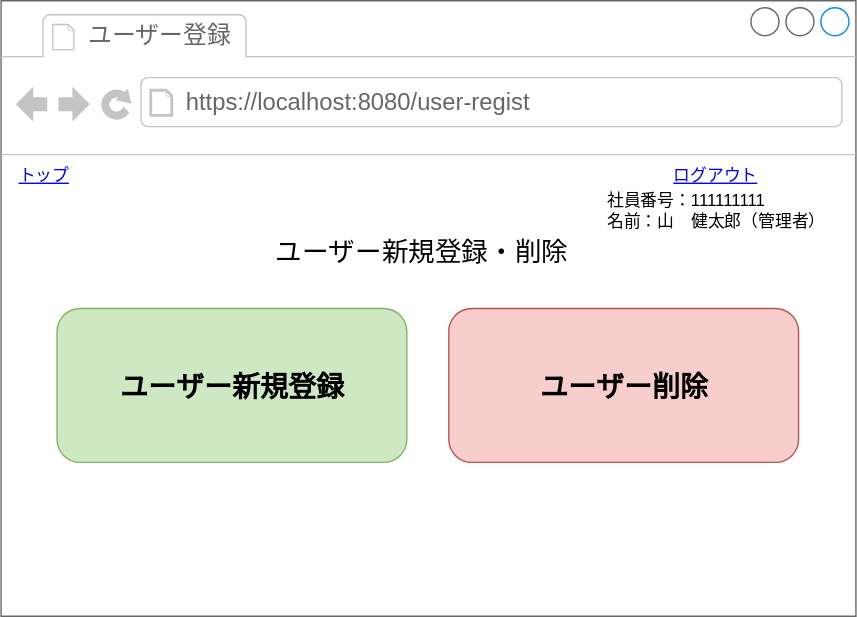
ICT-Training-2026/team-project-15 keeps this draw.io diagram as 基本設計/画面設計図/51_user-regist.drawio.svg. Above is the earlier version. Source tidied: cells renumbered, new cells last; positions are measured from the earlier drawing's top-left corner, leaving out a move shared by most shapes.
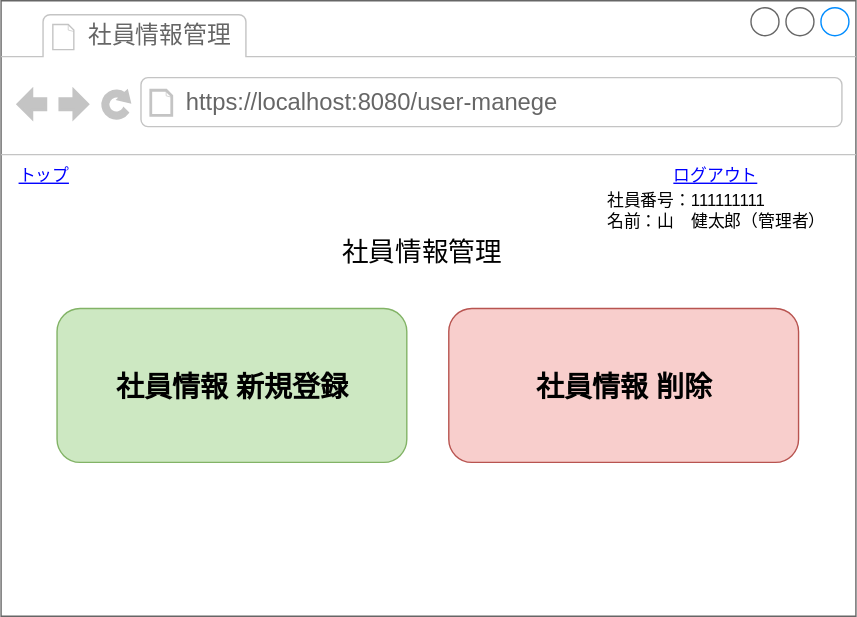
The same diagram one commit later.

What changed in the source:
```diff
@@ -5,10 +5,10 @@
     <mxCell id="2" style="strokeWidth=1;shadow=0;dashed=0;align=center;html=1;shape=mxgraph.mockup.containers.browserWindow;rSize=0;strokeColor=#666666;strokeColor2=#008cff;strokeColor3=#c4c4c4;mainText=,;" parent="1" vertex="1">
       <mxGeometry width="611" height="440" as="geometry" />
     </mxCell>
-    <mxCell id="3" value="ユーザー登録" style="strokeWidth=1;shadow=0;dashed=0;align=center;html=1;shape=mxgraph.mockup.containers.anchor;fontSize=17;fontColor=#666666;align=left;whiteSpace=wrap;" parent="2" vertex="1">
+    <mxCell id="3" value="社員情報管理" style="strokeWidth=1;shadow=0;dashed=0;align=center;html=1;shape=mxgraph.mockup.containers.anchor;fontSize=17;fontColor=#666666;align=left;whiteSpace=wrap;" parent="2" vertex="1">
       <mxGeometry x="60" y="12" width="110" height="26" as="geometry" />
     </mxCell>
-    <mxCell id="4" value="https://localhost:8080/user-regist" style="strokeWidth=1;shadow=0;dashed=0;align=center;html=1;shape=mxgraph.mockup.containers.anchor;rSize=0;fontSize=17;fontColor=#666666;align=left;" parent="2" vertex="1">
+    <mxCell id="4" value="https://localhost:8080/user-manege" style="strokeWidth=1;shadow=0;dashed=0;align=center;html=1;shape=mxgraph.mockup.containers.anchor;rSize=0;fontSize=17;fontColor=#666666;align=left;" parent="2" vertex="1">
       <mxGeometry x="130" y="60" width="250" height="26" as="geometry" />
     </mxCell>
     <mxCell id="5" value="&lt;font style=&quot;color: rgb(0, 0, 255);&quot;&gt;&lt;u&gt;ログアウト&lt;/u&gt;&lt;/font&gt;" style="text;html=1;align=center;verticalAlign=middle;strokeColor=none;fillColor=none;" parent="2" vertex="1">
@@ -20,13 +20,13 @@
     <mxCell id="7" value="社員番号：111111111&lt;div&gt;名前：山　健太郎（管理者）&lt;/div&gt;" style="text;html=1;align=left;verticalAlign=middle;strokeColor=none;fillColor=none;" parent="2" vertex="1">
       <mxGeometry x="431" y="130" width="180" height="40" as="geometry" />
     </mxCell>
-    <mxCell id="8" value="&lt;span&gt;&lt;span&gt;&lt;font style=&quot;font-size: 19px;&quot;&gt;ユーザー新規登録・削除&lt;/font&gt;&lt;/span&gt;&lt;/span&gt;" style="text;html=1;align=center;verticalAlign=middle;strokeColor=none;fillColor=none;fontSize=18;fontStyle=0;" parent="2" vertex="1">
-      <mxGeometry x="185" y="160" width="230" height="40" as="geometry" />
+    <mxCell id="8" value="&lt;span&gt;&lt;span&gt;&lt;font style=&quot;font-size: 19px;&quot;&gt;社員情報管理&lt;/font&gt;&lt;/span&gt;&lt;/span&gt;" style="text;html=1;align=center;verticalAlign=middle;strokeColor=none;fillColor=none;fontSize=18;fontStyle=0;" parent="2" vertex="1">
+      <mxGeometry x="230" y="160" width="140" height="40" as="geometry" />
     </mxCell>
-    <mxCell id="9" value="&lt;font style=&quot;font-size: 20px;&quot;&gt;&lt;b&gt;ユーザー新規登録&lt;/b&gt;&lt;/font&gt;" style="rounded=1;whiteSpace=wrap;html=1;fillColor=#CDE8C2;strokeColor=#82b366;" parent="2" vertex="1">
+    <mxCell id="9" value="&lt;font style=&quot;font-size: 20px;&quot;&gt;&lt;b&gt;社員情報 新規登録&lt;/b&gt;&lt;/font&gt;" style="rounded=1;whiteSpace=wrap;html=1;fillColor=#CDE8C2;strokeColor=#82b366;" parent="2" vertex="1">
       <mxGeometry x="40" y="220" width="250" height="110" as="geometry" />
     </mxCell>
-    <mxCell id="10" value="&lt;font style=&quot;font-size: 20px;&quot;&gt;&lt;b&gt;ユーザー削除&lt;/b&gt;&lt;/font&gt;" style="rounded=1;whiteSpace=wrap;html=1;fillColor=#f8cecc;strokeColor=#b85450;" parent="2" vertex="1">
+    <mxCell id="10" value="&lt;font style=&quot;font-size: 20px;&quot;&gt;&lt;b&gt;社員情報 削除&lt;/b&gt;&lt;/font&gt;" style="rounded=1;whiteSpace=wrap;html=1;fillColor=#f8cecc;strokeColor=#b85450;" parent="2" vertex="1">
       <mxGeometry x="320" y="220" width="250" height="110" as="geometry" />
     </mxCell>
   </root>
```
